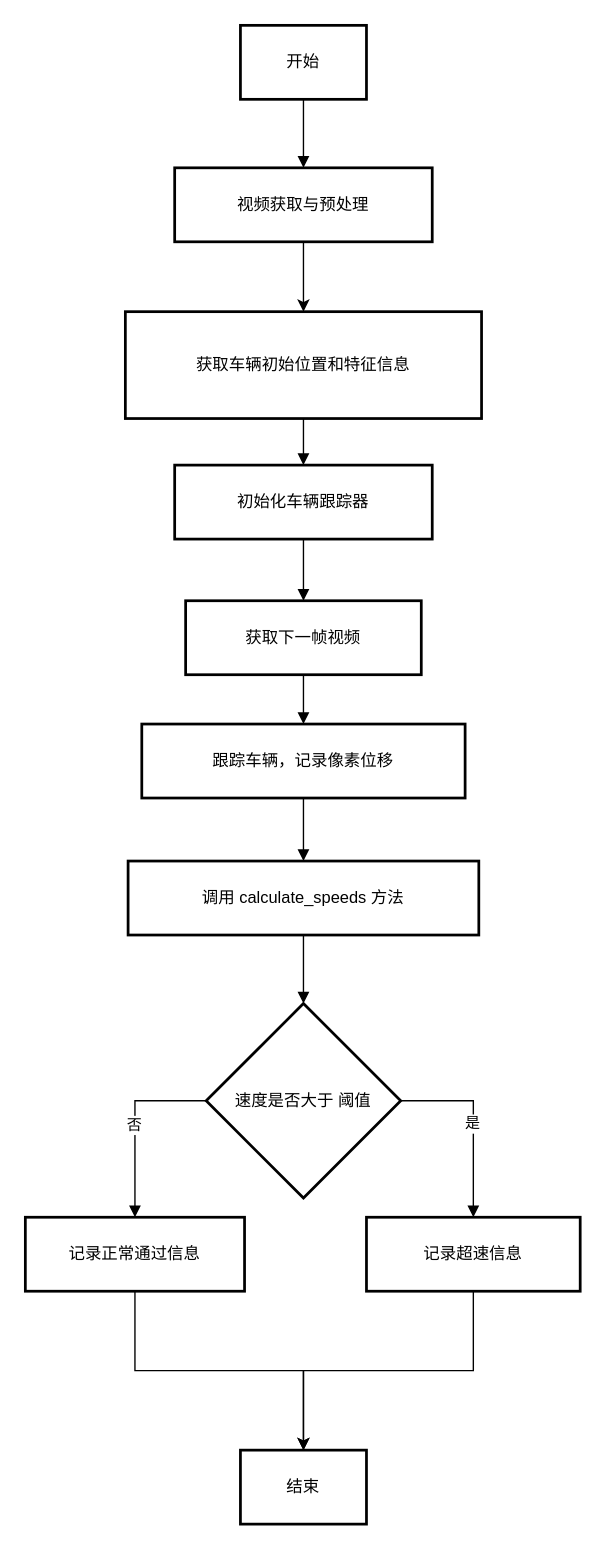
The draw.io diagram 超速检测.drawio in EthaneIceCream/HoloCubic, before the edit. Source tidied: cells renumbered, new cells numbered last; positions are measured from the earlier drawing's top-left corner, leaving out a move shared by most shapes. Both pictures are drawn from the tidied source at 137%, with x=0, y=0 at pixel (25, 25).
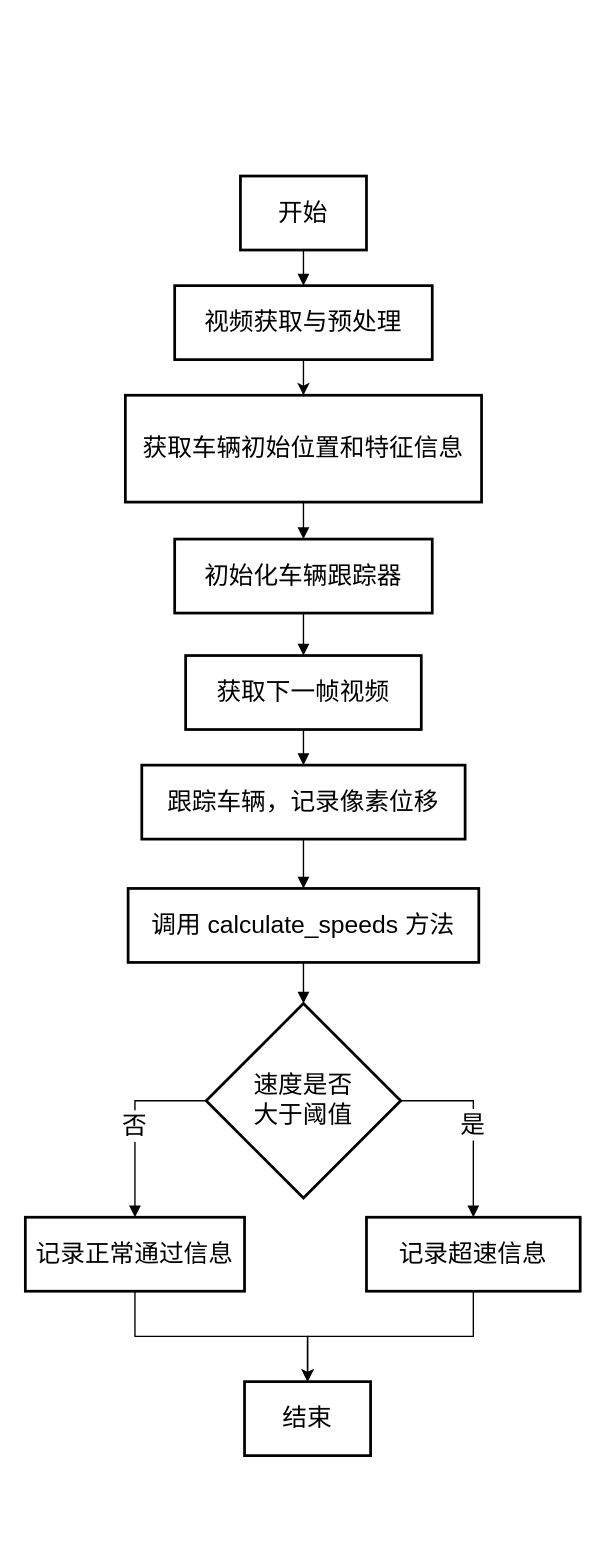
The same diagram, later.

Commit message:
更新超速检测.drawio

What changed in the source:
```diff
@@
-    <mxCell id="2" value="开始" style="whiteSpace=wrap;strokeWidth=2;" parent="1" vertex="1">
-      <mxGeometry x="157" width="92" height="54" as="geometry" />
+    <mxCell id="2" value="开始" style="whiteSpace=wrap;strokeWidth=2;fontSize=18;" parent="1" vertex="1">
+      <mxGeometry x="157" y="110" width="92" height="54" as="geometry" />
     </mxCell>
-    <mxCell id="3" style="edgeStyle=orthogonalEdgeStyle;rounded=0;jettySize=auto;html=1;exitX=0.5;exitY=1;exitDx=0;exitDy=0;entryX=0.5;entryY=0;entryDx=0;entryDy=0;" parent="1" edge="1" source="4" target="5">
+    <mxCell id="3" style="edgeStyle=orthogonalEdgeStyle;rounded=0;jettySize=auto;html=1;exitX=0.5;exitY=1;exitDx=0;exitDy=0;entryX=0.5;entryY=0;entryDx=0;entryDy=0;fontSize=18;" parent="1" edge="1" source="4" target="5">
       <mxGeometry relative="1" as="geometry" />
     </mxCell>
-    <mxCell id="4" value="视频获取与预处理" style="whiteSpace=wrap;strokeWidth=2;" parent="1" vertex="1">
-      <mxGeometry x="109" y="104" width="188" height="54" as="geometry" />
+    <mxCell id="4" value="视频获取与预处理" style="whiteSpace=wrap;strokeWidth=2;fontSize=18;" parent="1" vertex="1">
+      <mxGeometry x="109" y="190" width="188" height="54" as="geometry" />
     </mxCell>
-    <mxCell id="5" value="获取车辆初始位置和特征信息" style="whiteSpace=wrap;strokeWidth=2;" parent="1" vertex="1">
-      <mxGeometry x="73" y="209" width="260" height="78" as="geometry" />
+    <mxCell id="5" value="获取车辆初始位置和特征信息" style="whiteSpace=wrap;strokeWidth=2;fontSize=18;" parent="1" vertex="1">
+      <mxGeometry x="73" y="270" width="260" height="78" as="geometry" />
     </mxCell>
-    <mxCell id="6" value="初始化车辆跟踪器" style="whiteSpace=wrap;strokeWidth=2;" parent="1" vertex="1">
-      <mxGeometry x="109" y="321" width="188" height="54" as="geometry" />
+    <mxCell id="6" value="初始化车辆跟踪器" style="whiteSpace=wrap;strokeWidth=2;fontSize=18;" parent="1" vertex="1">
+      <mxGeometry x="109" y="375" width="188" height="54" as="geometry" />
     </mxCell>
-    <mxCell id="7" value="获取下一帧视频" style="whiteSpace=wrap;strokeWidth=2;" parent="1" vertex="1">
-      <mxGeometry x="117" y="420" width="172" height="54" as="geometry" />
+    <mxCell id="7" value="获取下一帧视频" style="whiteSpace=wrap;strokeWidth=2;fontSize=18;" parent="1" vertex="1">
+      <mxGeometry x="117" y="460" width="172" height="54" as="geometry" />
     </mxCell>
-    <mxCell id="8" value="跟踪车辆，记录像素位移" style="whiteSpace=wrap;strokeWidth=2;" parent="1" vertex="1">
-      <mxGeometry x="85" y="510" width="236" height="54" as="geometry" />
+    <mxCell id="8" value="跟踪车辆，记录像素位移" style="whiteSpace=wrap;strokeWidth=2;fontSize=18;" parent="1" vertex="1">
+      <mxGeometry x="85" y="540" width="236" height="54" as="geometry" />
     </mxCell>
-    <mxCell id="9" value="调用 calculate_speeds 方法" style="whiteSpace=wrap;strokeWidth=2;" parent="1" vertex="1">
-      <mxGeometry x="75" y="610" width="256" height="54" as="geometry" />
+    <mxCell id="9" value="调用 calculate_speeds 方法" style="whiteSpace=wrap;strokeWidth=2;fontSize=18;" parent="1" vertex="1">
+      <mxGeometry x="75" y="630" width="256" height="54" as="geometry" />
     </mxCell>
-    <mxCell id="10" value="速度是否大于 阈值" style="rhombus;strokeWidth=2;whiteSpace=wrap;" parent="1" vertex="1">
+    <mxCell id="10" value="速度是否&#10;大于阈值" style="rhombus;strokeWidth=2;whiteSpace=wrap;fontSize=18;" parent="1" vertex="1">
       <mxGeometry x="132" y="714" width="142" height="142" as="geometry" />
     </mxCell>
-    <mxCell id="11" style="edgeStyle=orthogonalEdgeStyle;rounded=0;jettySize=auto;html=1;exitX=0.5;exitY=1;exitDx=0;exitDy=0;entryX=0.5;entryY=0;entryDx=0;entryDy=0;" parent="1" edge="1" source="12" target="15">
+    <mxCell id="11" style="edgeStyle=orthogonalEdgeStyle;rounded=0;jettySize=auto;html=1;exitX=0.5;exitY=1;exitDx=0;exitDy=0;entryX=0.5;entryY=0;entryDx=0;entryDy=0;fontSize=18;" parent="1" edge="1" source="12" target="15">
       <mxGeometry relative="1" as="geometry" />
     </mxCell>
-    <mxCell id="12" value="记录超速信息" style="whiteSpace=wrap;strokeWidth=2;" parent="1" vertex="1">
+    <mxCell id="12" value="记录超速信息" style="whiteSpace=wrap;strokeWidth=2;fontSize=18;" parent="1" vertex="1">
       <mxGeometry x="249" y="870" width="156" height="54" as="geometry" />
     </mxCell>
-    <mxCell id="13" style="edgeStyle=orthogonalEdgeStyle;rounded=0;jettySize=auto;html=1;exitX=0.5;exitY=1;exitDx=0;exitDy=0;entryX=0.5;entryY=0;entryDx=0;entryDy=0;" parent="1" edge="1" source="14" target="15">
+    <mxCell id="13" style="edgeStyle=orthogonalEdgeStyle;rounded=0;jettySize=auto;html=1;exitX=0.5;exitY=1;exitDx=0;exitDy=0;entryX=0.5;entryY=0;entryDx=0;entryDy=0;fontSize=18;" parent="1" edge="1" source="14" target="15">
       <mxGeometry relative="1" as="geometry" />
     </mxCell>
-    <mxCell id="14" value="记录正常通过信息" style="whiteSpace=wrap;strokeWidth=2;" parent="1" vertex="1">
+    <mxCell id="14" value="记录正常通过信息" style="whiteSpace=wrap;strokeWidth=2;fontSize=18;" parent="1" vertex="1">
       <mxGeometry y="870" width="160" height="54" as="geometry" />
     </mxCell>
-    <mxCell id="15" value="结束" style="whiteSpace=wrap;strokeWidth=2;" parent="1" vertex="1">
-      <mxGeometry x="157" y="1040" width="92" height="54" as="geometry" />
+    <mxCell id="15" value="结束" style="whiteSpace=wrap;strokeWidth=2;fontSize=18;" parent="1" vertex="1">
+      <mxGeometry x="160" y="990" width="92" height="54" as="geometry" />
     </mxCell>
-    <mxCell id="16" style="startArrow=none;endArrow=block;exitX=0.5;exitY=1;entryX=0.5;entryY=0;rounded=0;edgeStyle=orthogonalEdgeStyle;" parent="1" edge="1" source="2" target="4">
+    <mxCell id="16" style="startArrow=none;endArrow=block;exitX=0.5;exitY=1;entryX=0.5;entryY=0;rounded=0;edgeStyle=orthogonalEdgeStyle;fontSize=18;" parent="1" edge="1" source="2" target="4">
       <mxGeometry relative="1" as="geometry" />
     </mxCell>
-    <mxCell id="17" style="startArrow=none;endArrow=block;exitX=0.5;exitY=1;entryX=0.5;entryY=0;rounded=0;edgeStyle=orthogonalEdgeStyle;" parent="1" edge="1" source="5" target="6">
+    <mxCell id="17" style="startArrow=none;endArrow=block;exitX=0.5;exitY=1;entryX=0.5;entryY=0;rounded=0;edgeStyle=orthogonalEdgeStyle;fontSize=18;" parent="1" edge="1" source="5" target="6">
       <mxGeometry relative="1" as="geometry" />
     </mxCell>
-    <mxCell id="18" style="startArrow=none;endArrow=block;exitX=0.5;exitY=1;entryX=0.5;entryY=0;rounded=0;edgeStyle=orthogonalEdgeStyle;" parent="1" edge="1" source="6" target="7">
+    <mxCell id="18" style="startArrow=none;endArrow=block;exitX=0.5;exitY=1;entryX=0.5;entryY=0;rounded=0;edgeStyle=orthogonalEdgeStyle;fontSize=18;" parent="1" edge="1" source="6" target="7">
       <mxGeometry relative="1" as="geometry" />
     </mxCell>
-    <mxCell id="19" style="startArrow=none;endArrow=block;exitX=0.5;exitY=1;entryX=0.5;entryY=0;rounded=0;exitDx=0;exitDy=0;edgeStyle=orthogonalEdgeStyle;" parent="1" edge="1" source="7" target="8">
+    <mxCell id="19" style="startArrow=none;endArrow=block;exitX=0.5;exitY=1;entryX=0.5;entryY=0;rounded=0;exitDx=0;exitDy=0;edgeStyle=orthogonalEdgeStyle;fontSize=18;" parent="1" edge="1" source="7" target="8">
       <mxGeometry relative="1" as="geometry" />
     </mxCell>
-    <mxCell id="20" style="startArrow=none;endArrow=block;exitX=0.5;exitY=1;entryX=0.5;entryY=0;rounded=0;edgeStyle=orthogonalEdgeStyle;" parent="1" edge="1" source="8" target="9">
+    <mxCell id="20" style="startArrow=none;endArrow=block;exitX=0.5;exitY=1;entryX=0.5;entryY=0;rounded=0;edgeStyle=orthogonalEdgeStyle;fontSize=18;" parent="1" edge="1" source="8" target="9">
       <mxGeometry relative="1" as="geometry" />
     </mxCell>
-    <mxCell id="21" style="startArrow=none;endArrow=block;exitX=0.5;exitY=1;entryX=0.5;entryY=0;rounded=0;edgeStyle=orthogonalEdgeStyle;" parent="1" edge="1" source="9" target="10">
+    <mxCell id="21" style="startArrow=none;endArrow=block;exitX=0.5;exitY=1;entryX=0.5;entryY=0;rounded=0;edgeStyle=orthogonalEdgeStyle;fontSize=18;" parent="1" edge="1" source="9" target="10">
       <mxGeometry relative="1" as="geometry" />
     </mxCell>
-    <mxCell id="22" value="是" style="startArrow=none;endArrow=block;exitX=1;exitY=0.5;entryX=0.5;entryY=0;rounded=0;edgeStyle=orthogonalEdgeStyle;exitDx=0;exitDy=0;" parent="1" edge="1" source="10" target="12">
+    <mxCell id="22" value="是" style="startArrow=none;endArrow=block;exitX=1;exitY=0.5;entryX=0.5;entryY=0;rounded=0;edgeStyle=orthogonalEdgeStyle;exitDx=0;exitDy=0;fontSize=18;" parent="1" edge="1" source="10" target="12">
       <mxGeometry relative="1" as="geometry" />
     </mxCell>
-    <mxCell id="23" value="否" style="startArrow=none;endArrow=block;exitX=0;exitY=0.5;entryX=0.5;entryY=0;rounded=0;edgeStyle=orthogonalEdgeStyle;exitDx=0;exitDy=0;entryDx=0;entryDy=0;" parent="1" edge="1" source="10" target="14">
+    <mxCell id="23" value="否" style="startArrow=none;endArrow=block;exitX=0;exitY=0.5;entryX=0.5;entryY=0;rounded=0;edgeStyle=orthogonalEdgeStyle;exitDx=0;exitDy=0;entryDx=0;entryDy=0;fontSize=18;" parent="1" edge="1" source="10" target="14">
       <mxGeometry relative="1" as="geometry" />
     </mxCell>
```
